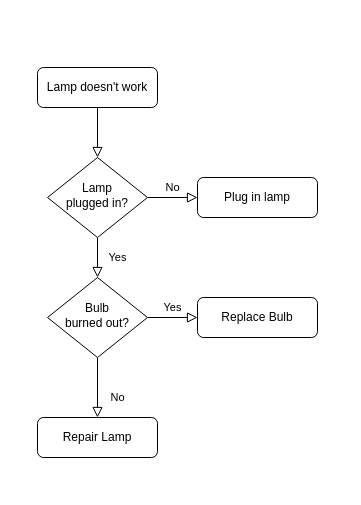
yesifu-1/text keeps this draw.io diagram as 未命名绘图.drawio. Above is the earlier version. Source tidied: cells renumbered, new cells numbered last; positions are measured from the earlier drawing's top-left corner, leaving out a move shared by most shapes. Both pictures are drawn from the tidied source at 100%, with x=0, y=0 at pixel (37, 67).
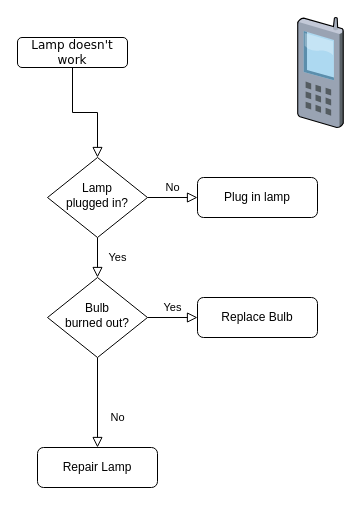
Above is the later version.

Commit message:
更新未命名绘图.drawio

The edit, as a diff of the source:
```diff
@@
 <mxGraphModel>
   <root>
     <mxCell id="0" />
     <mxCell id="1" parent="0" />
     <mxCell id="2" style="rounded=0;html=1;jettySize=auto;fontSize=11;endArrow=block;endFill=0;endSize=8;strokeWidth=1;shadow=0;labelBackgroundColor=none;edgeStyle=orthogonalEdgeStyle;" parent="1" edge="1" source="3" target="6">
       <mxGeometry relative="1" as="geometry" />
     </mxCell>
-    <mxCell id="3" value="Lamp doesn't work" style="rounded=1;whiteSpace=wrap;html=1;fontSize=12;glass=0;strokeWidth=1;shadow=0;" parent="1" vertex="1">
-      <mxGeometry width="120" height="40" as="geometry" />
+    <mxCell id="3" value="Lamp doesn't work" style="rounded=1;whiteSpace=wrap;html=1;fontSize=12;glass=0;strokeWidth=1;shadow=0;fontFamily=Verdana;" parent="1" vertex="1">
+      <mxGeometry x="-20" y="-30" width="110" height="30" as="geometry" />
     </mxCell>
     <mxCell id="4" value="Yes" style="rounded=0;html=1;jettySize=auto;fontSize=11;endArrow=block;endFill=0;endSize=8;strokeWidth=1;shadow=0;labelBackgroundColor=none;edgeStyle=orthogonalEdgeStyle;" parent="1" edge="1" source="6" target="10">
       <mxGeometry y="20" relative="1" as="geometry" />
     </mxCell>
     <mxCell id="5" value="No" style="edgeStyle=orthogonalEdgeStyle;rounded=0;html=1;jettySize=auto;fontSize=11;endArrow=block;endFill=0;endSize=8;strokeWidth=1;shadow=0;labelBackgroundColor=none;" parent="1" edge="1" source="6" target="7">
       <mxGeometry y="10" relative="1" as="geometry" />
     </mxCell>
     <mxCell id="6" value="Lamp&lt;br&gt;plugged in?" style="rhombus;whiteSpace=wrap;html=1;shadow=0;fontFamily=Helvetica;fontSize=12;align=center;strokeWidth=1;spacing=6;spacingTop=-4;" parent="1" vertex="1">
       <mxGeometry x="10" y="90" width="100" height="80" as="geometry" />
     </mxCell>
     <mxCell id="7" value="Plug in lamp" style="rounded=1;whiteSpace=wrap;html=1;fontSize=12;glass=0;strokeWidth=1;shadow=0;" parent="1" vertex="1">
       <mxGeometry x="160" y="110" width="120" height="40" as="geometry" />
     </mxCell>
     <mxCell id="8" value="No" style="rounded=0;html=1;jettySize=auto;fontSize=11;endArrow=block;endFill=0;endSize=8;strokeWidth=1;shadow=0;labelBackgroundColor=none;edgeStyle=orthogonalEdgeStyle;" parent="1" edge="1" source="10" target="11">
       <mxGeometry x="0.33" y="20" relative="1" as="geometry" />
     </mxCell>
     <mxCell id="9" value="Yes" style="edgeStyle=orthogonalEdgeStyle;rounded=0;html=1;jettySize=auto;fontSize=11;endArrow=block;endFill=0;endSize=8;strokeWidth=1;shadow=0;labelBackgroundColor=none;" parent="1" edge="1" source="10" target="12">
       <mxGeometry y="10" relative="1" as="geometry" />
     </mxCell>
     <mxCell id="10" value="Bulb&lt;br&gt;burned out?" style="rhombus;whiteSpace=wrap;html=1;shadow=0;fontFamily=Helvetica;fontSize=12;align=center;strokeWidth=1;spacing=6;spacingTop=-4;" parent="1" vertex="1">
       <mxGeometry x="10" y="210" width="100" height="80" as="geometry" />
     </mxCell>
     <mxCell id="11" value="Repair Lamp" style="rounded=1;whiteSpace=wrap;html=1;fontSize=12;glass=0;strokeWidth=1;shadow=0;" parent="1" vertex="1">
-      <mxGeometry y="350" width="120" height="40" as="geometry" />
+      <mxGeometry y="380" width="120" height="40" as="geometry" />
     </mxCell>
     <mxCell id="12" value="Replace Bulb" style="rounded=1;whiteSpace=wrap;html=1;fontSize=12;glass=0;strokeWidth=1;shadow=0;" parent="1" vertex="1">
       <mxGeometry x="160" y="230" width="120" height="40" as="geometry" />
     </mxCell>
+    <mxCell id="13" style="verticalLabelPosition=bottom;sketch=0;html=1;verticalAlign=top;strokeColor=none;align=center;shape=mxgraph.citrix.cell_phone;shadow=0;" parent="1" vertex="1">
+      <mxGeometry x="260" y="-50" width="45.8" height="110" as="geometry" />
+    </mxCell>
   </root>
 </mxGraphModel>
```
